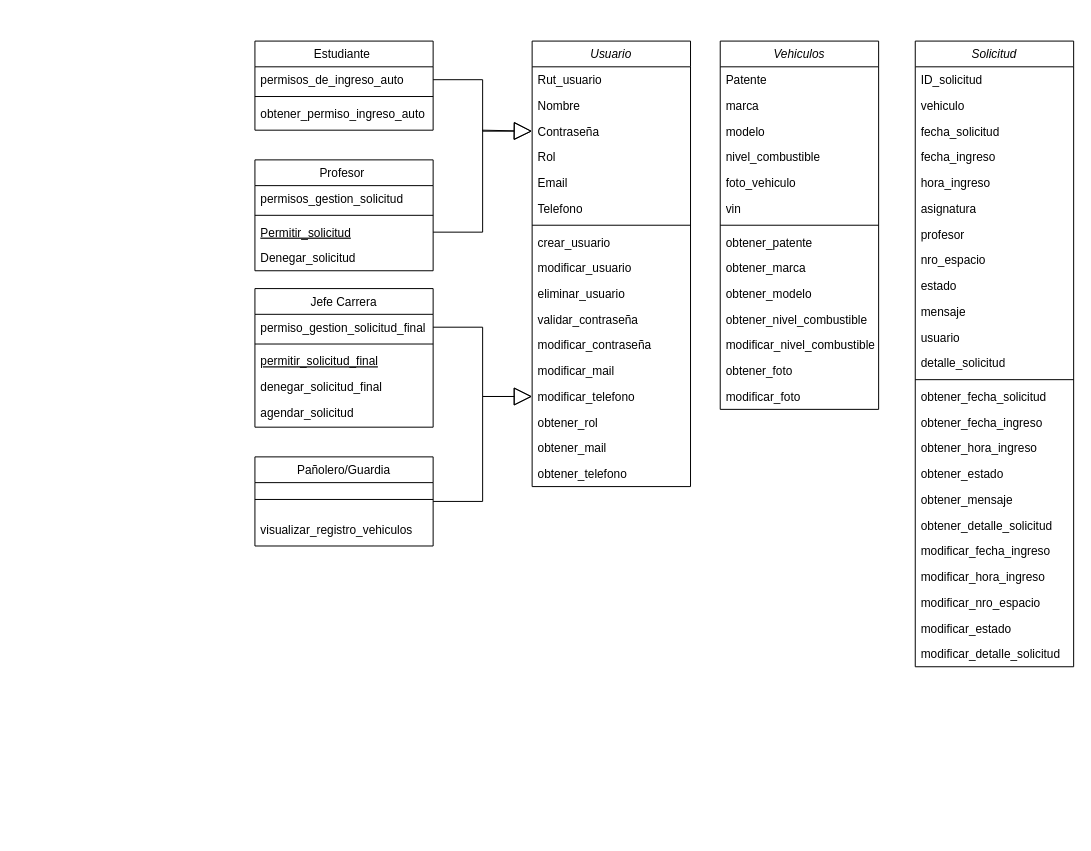
The draw.io diagram Diagrama de clases (Taller mecanico).drawio in JotaMont/evaluacion-validaciones-Front-End, before the edit. Source tidied: cells renumbered, new cells numbered last; positions are measured from the earlier drawing's top-left corner, leaving out a move shared by most shapes. Both pictures are drawn from the tidied source at 99%, with x=0, y=0 at pixel (254, 41).
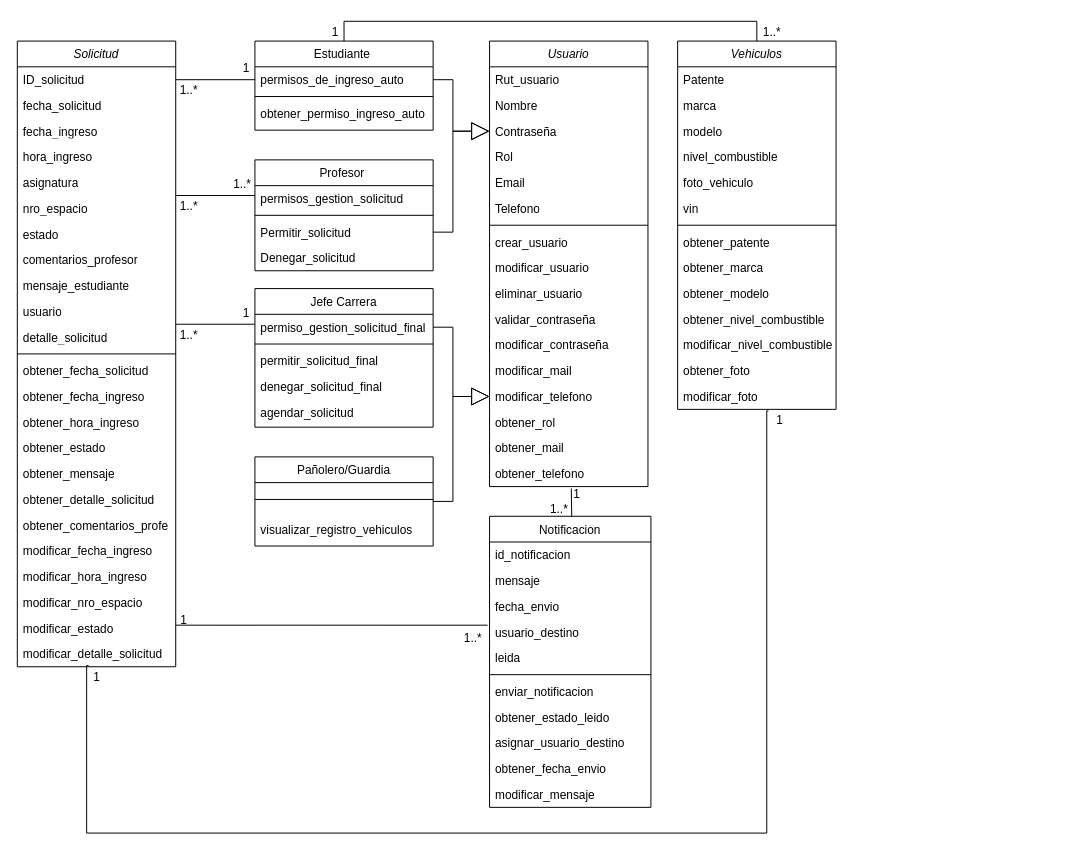
Above is the later version.

Unchanged cells that the change refers to:
```xml
<mxCell id="5" value="Contraseña" style="text;align=left;verticalAlign=top;spacingLeft=4;spacingRight=4;overflow=hidden;points=[[0,0.5],[1,0.5]];portConstraint=eastwest;rounded=0;shadow=0;html=0;" parent="2" vertex="1">
  <mxGeometry y="78" width="160" height="26" as="geometry" />
</mxCell>
<mxCell id="16" value="modificar_telefono" style="text;align=left;verticalAlign=top;spacingLeft=4;spacingRight=4;overflow=hidden;points=[[0,0.5],[1,0.5]];portConstraint=eastwest;" parent="2" vertex="1">
  <mxGeometry y="346" width="160" height="26" as="geometry" />
</mxCell>
<mxCell id="19" value="obtener_telefono" style="text;align=left;verticalAlign=top;spacingLeft=4;spacingRight=4;overflow=hidden;points=[[0,0.5],[1,0.5]];portConstraint=eastwest;" parent="2" vertex="1">
  <mxGeometry y="424" width="160" height="26" as="geometry" />
</mxCell>
<mxCell id="20" value="Profesor " style="swimlane;fontStyle=0;align=center;verticalAlign=top;horizontal=1;startSize=26;rounded=0;shadow=0;strokeWidth=1;" parent="1" vertex="1">
  <mxGeometry y="120" width="180" height="112" as="geometry" />
</mxCell>
<mxCell id="25" value="Pañolero/Guardia" style="swimlane;fontStyle=0;align=center;verticalAlign=top;horizontal=1;startSize=26;rounded=0;shadow=0;strokeWidth=1;" parent="1" vertex="1">
  <mxGeometry y="420" width="180" height="90" as="geometry" />
</mxCell>
<mxCell id="28" value="Estudiante " style="swimlane;fontStyle=0;align=center;verticalAlign=top;horizontal=1;startSize=26;rounded=0;shadow=0;strokeWidth=1;" parent="1" vertex="1">
  <mxGeometry width="180" height="90" as="geometry" />
</mxCell>
<mxCell id="29" value="permisos_de_ingreso_auto" style="text;align=left;verticalAlign=top;spacingLeft=4;spacingRight=4;overflow=hidden;points=[[0,0.5],[1,0.5]];portConstraint=eastwest;rounded=0;shadow=0;html=0;" parent="28" vertex="1">
  <mxGeometry y="26" width="180" height="26" as="geometry" />
</mxCell>
<mxCell id="33" value="Jefe Carrera" style="swimlane;fontStyle=0;align=center;verticalAlign=top;horizontal=1;startSize=26;rounded=0;shadow=0;strokeWidth=1;" parent="1" vertex="1">
  <mxGeometry y="250" width="180" height="140" as="geometry" />
</mxCell>
<mxCell id="34" value="permiso_gestion_solicitud_final" style="text;align=left;verticalAlign=top;spacingLeft=4;spacingRight=4;overflow=hidden;points=[[0,0.5],[1,0.5]];portConstraint=eastwest;" parent="33" vertex="1">
  <mxGeometry y="26" width="180" height="26" as="geometry" />
</mxCell>
<mxCell id="42" value="ID_solicitud " style="text;align=left;verticalAlign=top;spacingLeft=4;spacingRight=4;overflow=hidden;points=[[0,0.5],[1,0.5]];portConstraint=eastwest;" parent="41" vertex="1">
  <mxGeometry y="26" width="160" height="26" as="geometry" />
</mxCell>
```

The edit, as a diff of the source:
```diff
@@
     <mxCell id="2" value="Usuario" style="swimlane;fontStyle=2;align=center;verticalAlign=top;horizontal=1;startSize=26;rounded=0;shadow=0;strokeWidth=1;" parent="1" vertex="1">
-      <mxGeometry x="280" width="160" height="450" as="geometry" />
+      <mxGeometry x="237" width="160" height="450" as="geometry" />
     </mxCell>
@@
-    <mxCell id="23" value="Permitir_solicitud" style="text;align=left;verticalAlign=top;spacingLeft=4;spacingRight=4;overflow=hidden;points=[[0,0.5],[1,0.5]];portConstraint=eastwest;fontStyle=4;" parent="20" vertex="1">
+    <mxCell id="23" value="Permitir_solicitud" style="text;align=left;verticalAlign=top;spacingLeft=4;spacingRight=4;overflow=hidden;points=[[0,0.5],[1,0.5]];portConstraint=eastwest;fontStyle=0;" parent="20" vertex="1">
       <mxGeometry y="60" width="180" height="26" as="geometry" />
     </mxCell>
@@
     <mxCell id="32" style="endArrow=block;endSize=16;endFill=0;html=1;rounded=0;exitX=1;exitY=0.5;exitDx=0;exitDy=0;entryX=0;entryY=0.5;entryDx=0;entryDy=0;edgeStyle=orthogonalEdgeStyle;" parent="1" edge="1" source="29" target="5">
-      <mxGeometry relative="1" as="geometry" />
+      <mxGeometry relative="1" as="geometry">
+        <Array as="points">
+          <mxPoint x="200" y="39" />
+          <mxPoint x="200" y="91" />
+        </Array>
+      </mxGeometry>
     </mxCell>
@@
-    <mxCell id="36" value="permitir_solicitud_final" style="text;align=left;verticalAlign=top;spacingLeft=4;spacingRight=4;overflow=hidden;fontStyle=4;" parent="33" vertex="1">
+    <mxCell id="36" value="permitir_solicitud_final" style="text;align=left;verticalAlign=top;spacingLeft=4;spacingRight=4;overflow=hidden;fontStyle=0;" parent="33" vertex="1">
       <mxGeometry y="60" width="180" height="26" as="geometry" />
     </mxCell>
@@
     <mxCell id="39" style="endArrow=block;endSize=16;endFill=0;html=1;rounded=0;entryX=0;entryY=0.5;entryDx=0;entryDy=0;exitX=1;exitY=0.5;exitDx=0;exitDy=0;edgeStyle=orthogonalEdgeStyle;" parent="1" edge="1" source="34" target="16">
-      <mxGeometry relative="1" as="geometry" />
+      <mxGeometry relative="1" as="geometry">
+        <Array as="points">
+          <mxPoint x="200" y="289" />
+          <mxPoint x="200" y="359" />
+        </Array>
+      </mxGeometry>
     </mxCell>
     <mxCell id="40" style="endArrow=block;endSize=16;endFill=0;html=1;rounded=0;exitX=1;exitY=0.5;exitDx=0;exitDy=0;entryX=0;entryY=0.5;entryDx=0;entryDy=0;edgeStyle=orthogonalEdgeStyle;" parent="1" edge="1" source="25" target="16">
-      <mxGeometry relative="1" as="geometry" />
+      <mxGeometry relative="1" as="geometry">
+        <Array as="points">
+          <mxPoint x="200" y="465" />
+          <mxPoint x="200" y="359" />
+        </Array>
+      </mxGeometry>
     </mxCell>
     <mxCell id="41" value="Solicitud" style="swimlane;fontStyle=2;align=center;verticalAlign=top;horizontal=1;startSize=26;rounded=0;shadow=0;strokeWidth=1;" parent="1" vertex="1">
-      <mxGeometry x="667" width="160" height="632" as="geometry" />
+      <mxGeometry x="-240" width="160" height="632" as="geometry" />
     </mxCell>
@@
-    <mxCell id="43" value="vehiculo" style="text;align=left;verticalAlign=top;spacingLeft=4;spacingRight=4;overflow=hidden;rounded=0;shadow=0;html=0;" parent="41" vertex="1">
-      <mxGeometry y="52" width="160" height="26" as="geometry" />
-    </mxCell>
     <mxCell id="44" value="fecha_solicitud" style="text;align=left;verticalAlign=top;spacingLeft=4;spacingRight=4;overflow=hidden;rounded=0;shadow=0;html=0;" parent="41" vertex="1">
-      <mxGeometry y="78" width="160" height="26" as="geometry" />
+      <mxGeometry y="52" width="160" height="26" as="geometry" />
     </mxCell>
     <mxCell id="45" value="fecha_ingreso" style="text;strokeColor=none;fillColor=none;align=left;verticalAlign=top;spacingLeft=4;spacingRight=4;overflow=hidden;whiteSpace=wrap;html=1;" parent="41" vertex="1">
-      <mxGeometry y="104" width="160" height="26" as="geometry" />
+      <mxGeometry y="78" width="160" height="26" as="geometry" />
     </mxCell>
     <mxCell id="46" value="hora_ingreso" style="text;strokeColor=none;fillColor=none;align=left;verticalAlign=top;spacingLeft=4;spacingRight=4;overflow=hidden;whiteSpace=wrap;html=1;" parent="41" vertex="1">
-      <mxGeometry y="130" width="160" height="26" as="geometry" />
+      <mxGeometry y="104" width="160" height="26" as="geometry" />
     </mxCell>
     <mxCell id="47" value="asignatura" style="text;strokeColor=none;fillColor=none;align=left;verticalAlign=top;spacingLeft=4;spacingRight=4;overflow=hidden;whiteSpace=wrap;html=1;" parent="41" vertex="1">
-      <mxGeometry y="156" width="160" height="26" as="geometry" />
+      <mxGeometry y="130" width="160" height="26" as="geometry" />
     </mxCell>
-    <mxCell id="48" value="profesor" style="text;strokeColor=none;fillColor=none;align=left;verticalAlign=top;spacingLeft=4;spacingRight=4;overflow=hidden;whiteSpace=wrap;html=1;" parent="41" vertex="1">
-      <mxGeometry y="182" width="160" height="26" as="geometry" />
-    </mxCell>
     <mxCell id="49" value="nro_espacio" style="text;strokeColor=none;fillColor=none;align=left;verticalAlign=top;spacingLeft=4;spacingRight=4;overflow=hidden;whiteSpace=wrap;html=1;" parent="41" vertex="1">
-      <mxGeometry y="208" width="160" height="26" as="geometry" />
+      <mxGeometry y="156" width="160" height="26" as="geometry" />
     </mxCell>
     <mxCell id="50" value="estado" style="text;strokeColor=none;fillColor=none;align=left;verticalAlign=top;spacingLeft=4;spacingRight=4;overflow=hidden;whiteSpace=wrap;html=1;" parent="41" vertex="1">
-      <mxGeometry y="234" width="160" height="26" as="geometry" />
+      <mxGeometry y="182" width="160" height="26" as="geometry" />
     </mxCell>
-    <mxCell id="51" value="mensaje" style="text;strokeColor=none;fillColor=none;align=left;verticalAlign=top;spacingLeft=4;spacingRight=4;overflow=hidden;whiteSpace=wrap;html=1;" parent="41" vertex="1">
-      <mxGeometry y="260" width="160" height="26" as="geometry" />
+    <mxCell id="51" value="comentarios_profesor" style="text;strokeColor=none;fillColor=none;align=left;verticalAlign=top;spacingLeft=4;spacingRight=4;overflow=hidden;whiteSpace=wrap;html=1;" parent="41" vertex="1">
+      <mxGeometry y="208" width="160" height="26" as="geometry" />
     </mxCell>
+    <mxCell id="82" value="mensaje_estudiante" style="text;strokeColor=none;fillColor=none;align=left;verticalAlign=top;spacingLeft=4;spacingRight=4;overflow=hidden;whiteSpace=wrap;html=1;" parent="41" vertex="1">
+      <mxGeometry y="234" width="160" height="26" as="geometry" />
+    </mxCell>
     <mxCell id="52" value="usuario" style="text;strokeColor=none;fillColor=none;align=left;verticalAlign=top;spacingLeft=4;spacingRight=4;overflow=hidden;whiteSpace=wrap;html=1;" parent="41" vertex="1">
-      <mxGeometry y="286" width="160" height="26" as="geometry" />
+      <mxGeometry y="260" width="160" height="26" as="geometry" />
     </mxCell>
     <mxCell id="53" value="detalle_solicitud" style="text;strokeColor=none;fillColor=none;align=left;verticalAlign=top;spacingLeft=4;spacingRight=4;overflow=hidden;whiteSpace=wrap;html=1;" parent="41" vertex="1">
-      <mxGeometry y="312" width="160" height="26" as="geometry" />
+      <mxGeometry y="286" width="160" height="26" as="geometry" />
     </mxCell>
     <mxCell id="54" style="line;html=1;strokeWidth=1;align=left;verticalAlign=middle;spacingTop=-1;spacingLeft=3;spacingRight=3;labelPosition=right;" parent="41" vertex="1">
-      <mxGeometry y="338" width="160" height="8" as="geometry" />
+      <mxGeometry y="312" width="160" height="8" as="geometry" />
     </mxCell>
     <mxCell id="55" value="obtener_fecha_solicitud" style="text;align=left;verticalAlign=top;spacingLeft=4;spacingRight=4;overflow=hidden;" parent="41" vertex="1">
-      <mxGeometry y="346" width="160" height="26" as="geometry" />
+      <mxGeometry y="320" width="160" height="26" as="geometry" />
     </mxCell>
     <mxCell id="56" value="obtener_fecha_ingreso" style="text;align=left;verticalAlign=top;spacingLeft=4;spacingRight=4;overflow=hidden;" parent="41" vertex="1">
-      <mxGeometry y="372" width="160" height="26" as="geometry" />
+      <mxGeometry y="346" width="160" height="26" as="geometry" />
     </mxCell>
     <mxCell id="57" value="obtener_hora_ingreso" style="text;align=left;verticalAlign=top;spacingLeft=4;spacingRight=4;overflow=hidden;" parent="41" vertex="1">
-      <mxGeometry y="398" width="160" height="26" as="geometry" />
+      <mxGeometry y="372" width="160" height="26" as="geometry" />
     </mxCell>
     <mxCell id="58" value="obtener_estado" style="text;align=left;verticalAlign=top;spacingLeft=4;spacingRight=4;overflow=hidden;" parent="41" vertex="1">
-      <mxGeometry y="424" width="160" height="26" as="geometry" />
+      <mxGeometry y="398" width="160" height="26" as="geometry" />
     </mxCell>
     <mxCell id="59" value="obtener_mensaje" style="text;align=left;verticalAlign=top;spacingLeft=4;spacingRight=4;overflow=hidden;" parent="41" vertex="1">
-      <mxGeometry y="450" width="160" height="26" as="geometry" />
+      <mxGeometry y="424" width="160" height="26" as="geometry" />
     </mxCell>
     <mxCell id="60" value="obtener_detalle_solicitud" style="text;align=left;verticalAlign=top;spacingLeft=4;spacingRight=4;overflow=hidden;" parent="41" vertex="1">
-      <mxGeometry y="476" width="160" height="26" as="geometry" />
+      <mxGeometry y="450" width="160" height="26" as="geometry" />
     </mxCell>
+    <mxCell id="83" value="obtener_comentarios_profe" style="text;align=left;verticalAlign=top;spacingLeft=4;spacingRight=4;overflow=hidden;" parent="41" vertex="1">
+      <mxGeometry y="476" width="160" height="26" as="geometry" />
+    </mxCell>
@@
-    <mxCell id="66" style="endArrow=block;endSize=16;endFill=0;html=1;rounded=0;entryX=0;entryY=0.5;entryDx=0;entryDy=0;exitX=1;exitY=0.5;exitDx=0;exitDy=0;" parent="1" edge="1" source="23" target="5">
+    <mxCell id="66" style="endArrow=block;endSize=16;endFill=0;html=1;rounded=0;entryX=0;entryY=0.5;entryDx=0;entryDy=0;exitX=1;exitY=0.5;exitDx=0;exitDy=0;edgeStyle=orthogonalEdgeStyle;" parent="1" edge="1" source="23" target="5">
       <mxGeometry relative="1" as="geometry">
         <Array as="points">
-          <mxPoint x="230" y="193" />
-          <mxPoint x="230" y="90" />
+          <mxPoint x="200" y="193" />
+          <mxPoint x="200" y="91" />
         </Array>
       </mxGeometry>
     </mxCell>
     <mxCell id="67" value="Vehiculos" style="swimlane;fontStyle=2;align=center;verticalAlign=top;horizontal=1;startSize=26;rounded=0;shadow=0;strokeWidth=1;" parent="1" vertex="1">
-      <mxGeometry x="470" width="160" height="372" as="geometry" />
+      <mxGeometry x="427" width="160" height="372" as="geometry" />
     </mxCell>
@@
+    <mxCell id="84" style="endArrow=none;endFill=0;html=1;align=left;verticalAlign=top;rounded=0;entryX=1;entryY=0.5;entryDx=0;entryDy=0;exitX=0;exitY=0.5;exitDx=0;exitDy=0;" parent="1" edge="1" source="29" target="42">
+      <mxGeometry x="-1" relative="1" as="geometry" />
+    </mxCell>
+    <mxCell id="85" value="1..*" style="text;html=1;align=center;verticalAlign=middle;strokeColor=none;fillColor=none;" parent="1" vertex="1">
+      <mxGeometry x="-87" y="35" width="40" height="30" as="geometry" />
+    </mxCell>
+    <mxCell id="86" value="1" style="text;html=1;align=center;verticalAlign=middle;strokeColor=none;fillColor=none;" parent="1" vertex="1">
+      <mxGeometry x="-24" y="13" width="30" height="30" as="geometry" />
+    </mxCell>
+    <mxCell id="87" style="endArrow=none;endFill=0;html=1;align=left;verticalAlign=top;rounded=0;entryX=1;entryY=0.5;entryDx=0;entryDy=0;exitX=0;exitY=0.5;exitDx=0;exitDy=0;" parent="1" edge="1">
+      <mxGeometry x="-1" relative="1" as="geometry">
+        <mxPoint y="156" as="sourcePoint" />
+        <mxPoint x="-80" y="156" as="targetPoint" />
+      </mxGeometry>
+    </mxCell>
+    <mxCell id="88" value="1..*" style="text;html=1;align=center;verticalAlign=middle;strokeColor=none;fillColor=none;" parent="1" vertex="1">
+      <mxGeometry x="-87" y="152" width="40" height="30" as="geometry" />
+    </mxCell>
+    <mxCell id="89" value="1..*" style="text;html=1;align=center;verticalAlign=middle;strokeColor=none;fillColor=none;" parent="1" vertex="1">
+      <mxGeometry x="-33" y="130" width="40" height="30" as="geometry" />
+    </mxCell>
+    <mxCell id="90" style="endArrow=none;endFill=0;html=1;align=left;verticalAlign=top;rounded=0;entryX=1;entryY=0.5;entryDx=0;entryDy=0;exitX=0;exitY=0.5;exitDx=0;exitDy=0;" parent="1" edge="1">
+      <mxGeometry x="-1" relative="1" as="geometry">
+        <mxPoint y="286" as="sourcePoint" />
+        <mxPoint x="-80" y="286" as="targetPoint" />
+      </mxGeometry>
+    </mxCell>
+    <mxCell id="91" value="1..*" style="text;html=1;align=center;verticalAlign=middle;strokeColor=none;fillColor=none;" parent="1" vertex="1">
+      <mxGeometry x="-87" y="282" width="40" height="30" as="geometry" />
+    </mxCell>
+    <mxCell id="92" value="1" style="text;html=1;align=center;verticalAlign=middle;strokeColor=none;fillColor=none;" parent="1" vertex="1">
+      <mxGeometry x="-24" y="260" width="30" height="30" as="geometry" />
+    </mxCell>
+    <mxCell id="93" style="endArrow=none;endFill=0;html=1;align=left;verticalAlign=top;rounded=0;edgeStyle=orthogonalEdgeStyle;entryX=0.406;entryY=0.993;entryDx=0;entryDy=0;entryPerimeter=0;exitX=0.573;exitY=1.098;exitDx=0;exitDy=0;exitPerimeter=0;" parent="1" edge="1">
+      <mxGeometry x="-1" relative="1" as="geometry">
+        <mxPoint x="518.7" y="373.5" as="sourcePoint" />
+        <mxPoint x="-168" y="630.8" as="targetPoint" />
+        <Array as="points">
+          <mxPoint x="517" y="374" />
+          <mxPoint x="517" y="800" />
+          <mxPoint x="-170" y="800" />
+          <mxPoint x="-170" y="631" />
+        </Array>
+      </mxGeometry>
+    </mxCell>
+    <mxCell id="94" value="1" style="text;html=1;align=center;verticalAlign=middle;strokeColor=none;fillColor=none;" parent="1" vertex="1">
+      <mxGeometry x="515" y="368" width="30" height="30" as="geometry" />
+    </mxCell>
+    <mxCell id="95" value="1" style="text;html=1;align=center;verticalAlign=middle;strokeColor=none;fillColor=none;" parent="1" vertex="1">
+      <mxGeometry x="-175" y="628" width="30" height="30" as="geometry" />
+    </mxCell>
+    <mxCell id="96" style="endArrow=none;endFill=0;html=1;align=left;verticalAlign=top;rounded=0;edgeStyle=orthogonalEdgeStyle;exitX=0.5;exitY=0;exitDx=0;exitDy=0;entryX=0.5;entryY=0;entryDx=0;entryDy=0;" parent="1" edge="1" source="67" target="28">
+      <mxGeometry x="-1" relative="1" as="geometry">
+        <Array as="points">
+          <mxPoint x="507" y="-20" />
+          <mxPoint x="90" y="-20" />
+        </Array>
+      </mxGeometry>
+    </mxCell>
+    <mxCell id="97" value="1..*" style="text;html=1;align=center;verticalAlign=middle;strokeColor=none;fillColor=none;" parent="1" vertex="1">
+      <mxGeometry x="502" y="-24" width="40" height="30" as="geometry" />
+    </mxCell>
+    <mxCell id="98" value="1" style="text;html=1;align=center;verticalAlign=middle;strokeColor=none;fillColor=none;" parent="1" vertex="1">
+      <mxGeometry x="66" y="-24" width="30" height="30" as="geometry" />
+    </mxCell>
+    <mxCell id="99" value="Notificacion" style="swimlane;fontStyle=0;align=center;verticalAlign=top;horizontal=1;startSize=26;rounded=0;shadow=0;strokeWidth=1;" parent="1" vertex="1">
+      <mxGeometry x="237" y="480" width="163" height="294" as="geometry" />
+    </mxCell>
+    <mxCell id="100" value="id_notificacion" style="text;align=left;verticalAlign=top;spacingLeft=4;spacingRight=4;overflow=hidden;" parent="99" vertex="1">
+      <mxGeometry y="26" width="163" height="26" as="geometry" />
+    </mxCell>
+    <mxCell id="101" value="mensaje" style="text;align=left;verticalAlign=top;spacingLeft=4;spacingRight=4;overflow=hidden;" parent="99" vertex="1">
+      <mxGeometry y="52" width="163" height="26" as="geometry" />
+    </mxCell>
+    <mxCell id="102" value="fecha_envio" style="text;align=left;verticalAlign=top;spacingLeft=4;spacingRight=4;overflow=hidden;" parent="99" vertex="1">
+      <mxGeometry y="78" width="163" height="26" as="geometry" />
+    </mxCell>
+    <mxCell id="103" value="usuario_destino" style="text;align=left;verticalAlign=top;spacingLeft=4;spacingRight=4;overflow=hidden;points=[[0,0.5],[1,0.5]];portConstraint=eastwest;" parent="99" vertex="1">
+      <mxGeometry y="104" width="163" height="26" as="geometry" />
+    </mxCell>
+    <mxCell id="104" value="leida" style="text;align=left;verticalAlign=top;spacingLeft=4;spacingRight=4;overflow=hidden;" parent="99" vertex="1">
+      <mxGeometry y="130" width="163" height="26" as="geometry" />
+    </mxCell>
+    <mxCell id="105" style="line;html=1;strokeWidth=1;align=left;verticalAlign=middle;spacingTop=-1;spacingLeft=3;spacingRight=3;labelPosition=right;" parent="99" vertex="1">
+      <mxGeometry y="156" width="163" height="8" as="geometry" />
+    </mxCell>
+    <mxCell id="106" value="enviar_notificacion" style="text;align=left;verticalAlign=top;spacingLeft=4;spacingRight=4;overflow=hidden;" parent="99" vertex="1">
+      <mxGeometry y="164" width="163" height="26" as="geometry" />
+    </mxCell>
+    <mxCell id="107" value="obtener_estado_leido" style="text;align=left;verticalAlign=top;spacingLeft=4;spacingRight=4;overflow=hidden;" parent="99" vertex="1">
+      <mxGeometry y="190" width="163" height="26" as="geometry" />
+    </mxCell>
+    <mxCell id="108" value="asignar_usuario_destino" style="text;align=left;verticalAlign=top;spacingLeft=4;spacingRight=4;overflow=hidden;" parent="99" vertex="1">
+      <mxGeometry y="216" width="163" height="26" as="geometry" />
+    </mxCell>
+    <mxCell id="109" value="obtener_fecha_envio" style="text;align=left;verticalAlign=top;spacingLeft=4;spacingRight=4;overflow=hidden;" parent="99" vertex="1">
+      <mxGeometry y="242" width="163" height="26" as="geometry" />
+    </mxCell>
+    <mxCell id="110" value="modificar_mensaje" style="text;align=left;verticalAlign=top;spacingLeft=4;spacingRight=4;overflow=hidden;" parent="99" vertex="1">
+      <mxGeometry y="268" width="163" height="26" as="geometry" />
+    </mxCell>
+    <mxCell id="111" style="rounded=0;jettySize=auto;html=1;entryX=0.516;entryY=1.07;entryDx=0;entryDy=0;entryPerimeter=0;endArrow=none;endFill=0;" parent="1" edge="1" target="19">
+      <mxGeometry relative="1" as="geometry">
+        <mxPoint x="320" y="480" as="sourcePoint" />
+      </mxGeometry>
+    </mxCell>
+    <mxCell id="112" value="1" style="text;html=1;align=center;verticalAlign=middle;strokeColor=none;fillColor=none;" parent="1" vertex="1">
+      <mxGeometry x="310" y="443" width="30" height="30" as="geometry" />
+    </mxCell>
+    <mxCell id="113" value="1..*" style="text;html=1;align=center;verticalAlign=middle;strokeColor=none;fillColor=none;" parent="1" vertex="1">
+      <mxGeometry x="287" y="458" width="40" height="30" as="geometry" />
+    </mxCell>
+    <mxCell id="114" style="rounded=0;jettySize=auto;html=1;endArrow=none;endFill=0;entryX=-0.012;entryY=0.231;entryDx=0;entryDy=0;entryPerimeter=0;" parent="1" edge="1" target="103">
+      <mxGeometry relative="1" as="geometry">
+        <mxPoint x="-80" y="590" as="sourcePoint" />
+      </mxGeometry>
+    </mxCell>
+    <mxCell id="115" value="1" style="text;html=1;align=center;verticalAlign=middle;strokeColor=none;fillColor=none;" parent="1" vertex="1">
+      <mxGeometry x="-87" y="570" width="30" height="30" as="geometry" />
+    </mxCell>
+    <mxCell id="116" value="1..*" style="text;html=1;align=center;verticalAlign=middle;strokeColor=none;fillColor=none;" parent="1" vertex="1">
+      <mxGeometry x="200" y="588" width="40" height="30" as="geometry" />
+    </mxCell>
```
